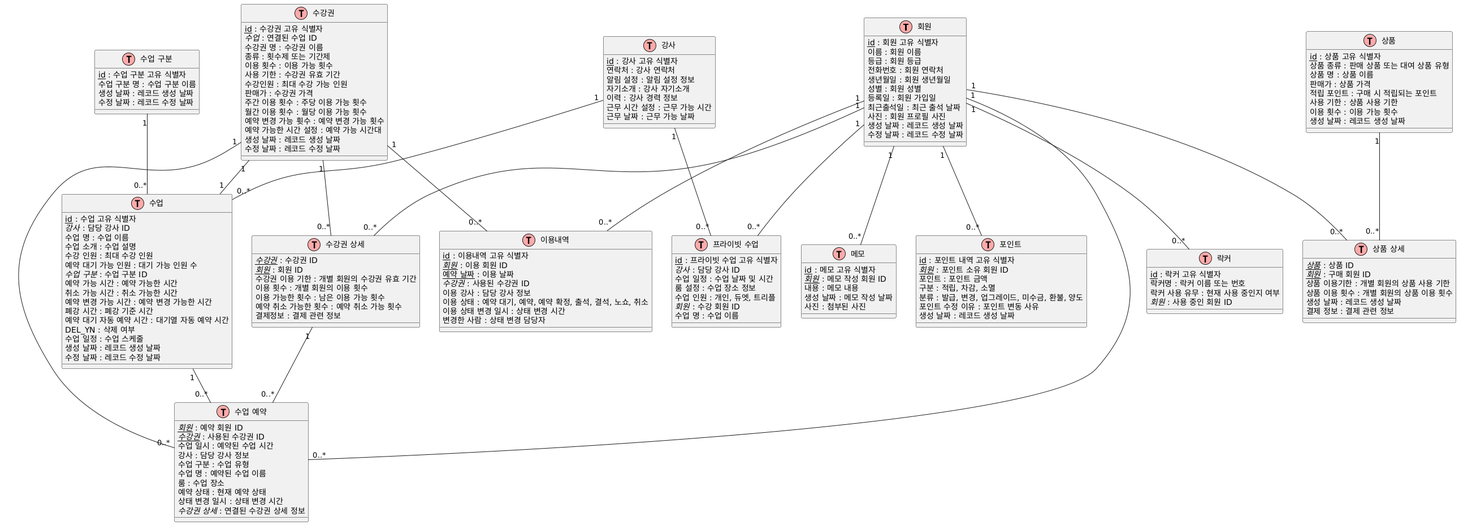
Above: src/resources/db/erd.png in bluekim98/finish-api (PlantUML), before the change. The source it was exported from:
```plantuml
@startuml
!define TABLE(name,desc) class name as "desc" << (T,#FFAAAA) >>
!define PK(x) <u>x</u>
!define FK(x) <i>x</i>

TABLE(회원, "회원") {
    PK(id) : 회원 고유 식별자
    이름 : 회원 이름
    등급 : 회원 등급
    전화번호 : 회원 연락처
    생년월일 : 회원 생년월일
    성별 : 회원 성별
    등록일 : 회원 가입일
    최근출석일 : 최근 출석 날짜
    사진 : 회원 프로필 사진
    생성 날짜 : 레코드 생성 날짜
    수정 날짜 : 레코드 수정 날짜
}

TABLE(강사, "강사") {
    PK(id) : 강사 고유 식별자
    연락처 : 강사 연락처
    알림 설정 : 알림 설정 정보
    자기소개 : 강사 자기소개
    이력 : 강사 경력 정보
    근무 시간 설정 : 근무 가능 시간
    근무 날짜 : 근무 가능 날짜
}

TABLE(수강권, "수강권") {
    PK(id) : 수강권 고유 식별자
    FK(수업) : 연결된 수업 ID
    수강권 명 : 수강권 이름
    종류 : 횟수제 또는 기간제
    이용 횟수 : 이용 가능 횟수
    사용 기한 : 수강권 유효 기간
    수강인원 : 최대 수강 가능 인원
    판매가 : 수강권 가격
    주간 이용 횟수 : 주당 이용 가능 횟수
    월간 이용 횟수 : 월당 이용 가능 횟수
    예약 변경 가능 휫수 : 예약 변경 가능 횟수
    예약 가능한 시간 설정 : 예약 가능 시간대
    생성 날짜 : 레코드 생성 날짜
    수정 날짜 : 레코드 수정 날짜
}

TABLE(수강권상세, "수강권 상세") {
    PK(FK(수강권)) : 수강권 ID
    PK(FK(회원)) : 회원 ID
    수강권 이용 기한 : 개별 회원의 수강권 유효 기간
    이용 횟수 : 개별 회원의 이용 횟수
    이용 가능한 횟수 : 남은 이용 가능 횟수
    예약 취소 가능한 횟수 : 예약 취소 가능 횟수
    결제정보 : 결제 관련 정보
}

TABLE(수업, "수업") {
    PK(id) : 수업 고유 식별자
    FK(강사) : 담당 강사 ID
    수업 명 : 수업 이름
    수업 소개 : 수업 설명
    수강 인원 : 최대 수강 인원
    예약 대기 가능 인원 : 대기 가능 인원 수
    FK(수업 구분) : 수업 구분 ID
    예약 가능 시간 : 예약 가능한 시간
    취소 가능 시간 : 취소 가능한 시간
    예약 변경 가능 시간 : 예약 변경 가능한 시간
    폐강 시간 : 폐강 기준 시간
    예약 대기 자동 예약 시간 : 대기열 자동 예약 시간
    DEL_YN : 삭제 여부
    수업 일정 : 수업 스케줄
    생성 날짜 : 레코드 생성 날짜
    수정 날짜 : 레코드 수정 날짜
}

TABLE(프라이빗수업, "프라이빗 수업") {
    PK(id) : 프라이빗 수업 고유 식별자
    FK(강사) : 담당 강사 ID
    수업 일정 : 수업 날짜 및 시간
    룸 설정 : 수업 장소 정보
    수업 인원 : 개인, 듀엣, 트리플
    FK(회원) : 수강 회원 ID
    수업 명 : 수업 이름
}

TABLE(수업예약, "수업 예약") {
    PK(FK(회원)) : 예약 회원 ID
    PK(FK(수강권)) : 사용된 수강권 ID
    수업 일시 : 예약된 수업 시간
    강사 : 담당 강사 정보
    수업 구분 : 수업 유형
    수업 명 : 예약된 수업 이름
    룸 : 수업 장소
    예약 상태 : 현재 예약 상태
    상태 변경 일시 : 상태 변경 시간
    FK(수강권 상세) : 연결된 수강권 상세 정보
}

TABLE(수업구분, "수업 구분") {
    PK(id) : 수업 구분 고유 식별자
    수업 구분 명 : 수업 구분 이름
    생성 날짜 : 레코드 생성 날짜
    수정 날짜 : 레코드 수정 날짜
}

TABLE(상품, "상품") {
    PK(id) : 상품 고유 식별자
    상품 종류 : 판매 상품 또는 대여 상품 유형
    상품 명 : 상품 이름
    판매가 : 상품 가격
    적립 포인트 : 구매 시 적립되는 포인트
    사용 기한 : 상품 사용 기한
    이용 횟수 : 이용 가능 횟수
    생성 날짜 : 레코드 생성 날짜
}

TABLE(상품상세, "상품 상세") {
    PK(FK(상품)) : 상품 ID
    PK(FK(회원)) : 구매 회원 ID
    상품 이용기한 : 개별 회원의 상품 사용 기한
    상품 이용 횟수 : 개별 회원의 상품 이용 횟수
    생성 날짜 : 레코드 생성 날짜
    결제 정보 : 결제 관련 정보
}

TABLE(락커, "락커") {
    PK(id) : 락커 고유 식별자
    락커명 : 락커 이름 또는 번호
    락커 사용 유무 : 현재 사용 중인지 여부
    FK(회원) : 사용 중인 회원 ID
}

TABLE(메모, "메모") {
    PK(id) : 메모 고유 식별자
    PK(FK(회원)) : 메모 작성 회원 ID
    내용 : 메모 내용
    생성 날짜 : 메모 작성 날짜
    사진 : 첨부된 사진
}

TABLE(이용내역, "이용내역") {
    PK(id) : 이용내역 고유 식별자
    PK(FK(회원)) : 이용 회원 ID
    PK(예약 날짜) : 이용 날짜
    FK(수강권) : 사용된 수강권 ID
    이용 강사 : 담당 강사 정보
    이용 상태 : 예약 대기, 예약, 예약 확정, 출석, 결석, 노쇼, 취소
    이용 상태 변경 일시 : 상태 변경 시간
    변경한 사람 : 상태 변경 담당자
}

TABLE(포인트, "포인트") {
    PK(id) : 포인트 내역 고유 식별자
    PK(FK(회원)) : 포인트 소유 회원 ID
    포인트 : 포인트 금액
    구분 : 적립, 차감, 소멸
    분류 : 발급, 변경, 업그레이드, 미수금, 환불, 양도
    포인트 수정 이유 : 포인트 변동 사유
    생성 날짜 : 레코드 생성 날짜
}

회원 "1" -- "0..*" 수강권상세
회원 "1" -- "0..*" 수업예약
회원 "1" -- "0..*" 프라이빗수업
회원 "1" -- "0..*" 락커
회원 "1" -- "0..*" 메모
회원 "1" -- "0..*" 이용내역
회원 "1" -- "0..*" 포인트
회원 "1" -- "0..*" 상품상세
강사 "1" -- "0..*" 수업
강사 "1" -- "0..*" 프라이빗수업
수강권 "1" -- "0..*" 수강권상세
수강권 "1" -- "0..*" 수업예약
수강권 "1" -- "1" 수업
수강권 "1" -- "0..*" 이용내역
수업 "1" -- "0..*" 수업예약
수업구분 "1" -- "0..*" 수업
수강권상세 "1" -- "0..*" 수업예약
상품 "1" -- "0..*" 상품상세
@enduml
```
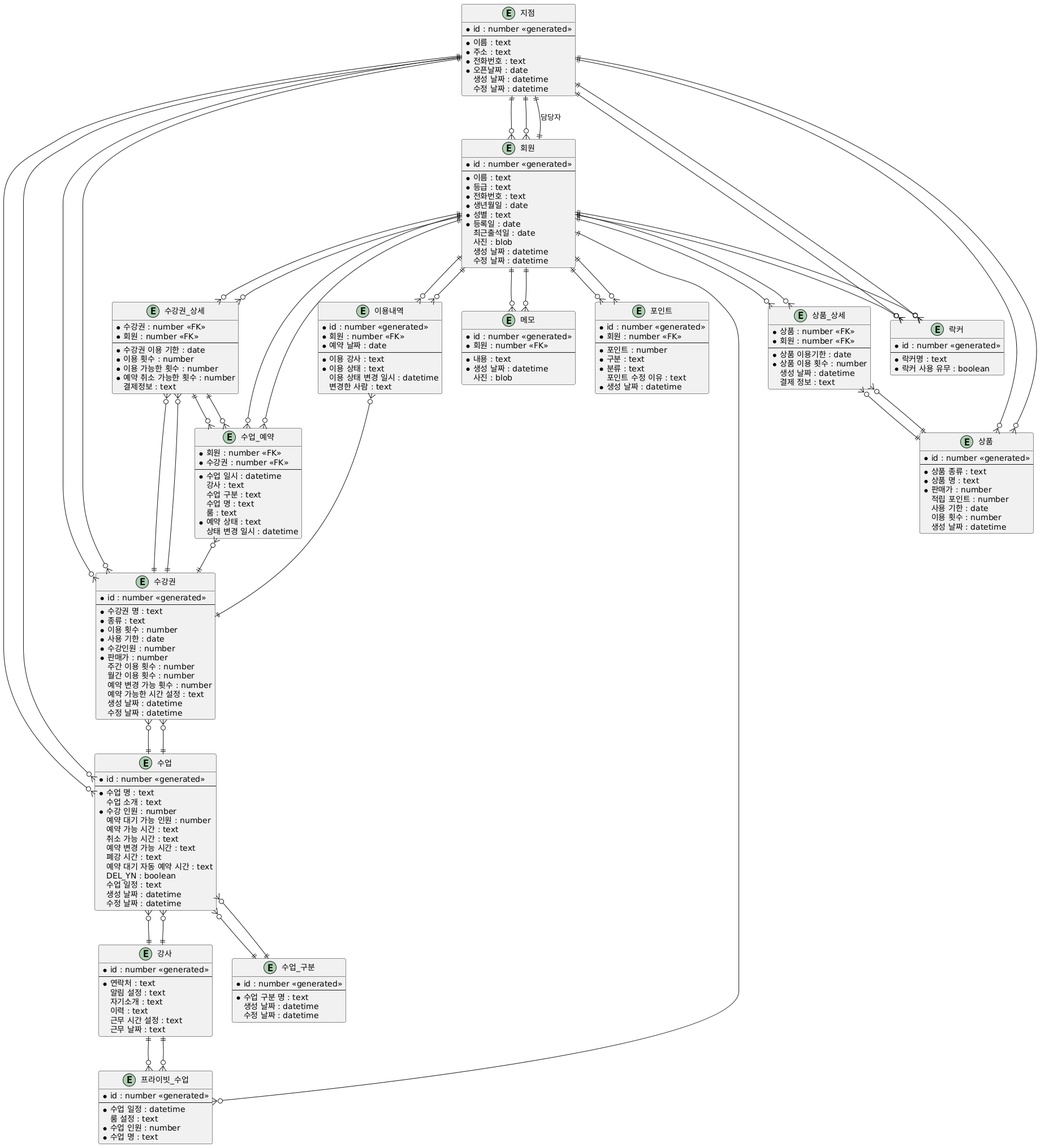
After the commit.

Commit message:
erd 업데이트 - 지점 table 추가

Diff of the diagram source:
```diff
@@ -1,180 +1,231 @@
 @startuml
-!define TABLE(name,desc) class name as "desc" << (T,#FFAAAA) >>
-!define PK(x) <u>x</u>
-!define FK(x) <i>x</i>
-
-TABLE(회원, "회원") {
-    PK(id) : 회원 고유 식별자
-    이름 : 회원 이름
-    등급 : 회원 등급
-    전화번호 : 회원 연락처
-    생년월일 : 회원 생년월일
-    성별 : 회원 성별
-    등록일 : 회원 가입일
-    최근출석일 : 최근 출석 날짜
-    사진 : 회원 프로필 사진
-    생성 날짜 : 레코드 생성 날짜
-    수정 날짜 : 레코드 수정 날짜
+entity 지점 {
+  * id : number <<generated>>
+  --
+  * 이름 : text
+  * 주소 : text
+  * 전화번호 : text
+  * 오픈날짜 : date
+  생성 날짜 : datetime
+  수정 날짜 : datetime
 }
 
-TABLE(강사, "강사") {
-    PK(id) : 강사 고유 식별자
-    연락처 : 강사 연락처
-    알림 설정 : 알림 설정 정보
-    자기소개 : 강사 자기소개
-    이력 : 강사 경력 정보
-    근무 시간 설정 : 근무 가능 시간
-    근무 날짜 : 근무 가능 날짜
+entity 회원 {
+  * id : number <<generated>>
+  --
+  * 이름 : text
+  * 등급 : text
+  * 전화번호 : text
+  * 생년월일 : date
+  * 성별 : text
+  * 등록일 : date
+  최근출석일 : date
+  사진 : blob
+  생성 날짜 : datetime
+  수정 날짜 : datetime
 }
 
-TABLE(수강권, "수강권") {
-    PK(id) : 수강권 고유 식별자
-    FK(수업) : 연결된 수업 ID
-    수강권 명 : 수강권 이름
-    종류 : 횟수제 또는 기간제
-    이용 횟수 : 이용 가능 횟수
-    사용 기한 : 수강권 유효 기간
-    수강인원 : 최대 수강 가능 인원
-    판매가 : 수강권 가격
-    주간 이용 횟수 : 주당 이용 가능 횟수
-    월간 이용 횟수 : 월당 이용 가능 횟수
-    예약 변경 가능 휫수 : 예약 변경 가능 횟수
-    예약 가능한 시간 설정 : 예약 가능 시간대
-    생성 날짜 : 레코드 생성 날짜
-    수정 날짜 : 레코드 수정 날짜
+entity 강사 {
+  * id : number <<generated>>
+  --
+  * 연락처 : text
+  알림 설정 : text
+  자기소개 : text
+  이력 : text
+  근무 시간 설정 : text
+  근무 날짜 : text
 }
 
-TABLE(수강권상세, "수강권 상세") {
-    PK(FK(수강권)) : 수강권 ID
-    PK(FK(회원)) : 회원 ID
-    수강권 이용 기한 : 개별 회원의 수강권 유효 기간
-    이용 횟수 : 개별 회원의 이용 횟수
-    이용 가능한 횟수 : 남은 이용 가능 횟수
-    예약 취소 가능한 횟수 : 예약 취소 가능 횟수
-    결제정보 : 결제 관련 정보
+entity 수강권 {
+  * id : number <<generated>>
+  --
+  * 수강권 명 : text
+  * 종류 : text
+  * 이용 횟수 : number
+  * 사용 기한 : date
+  * 수강인원 : number
+  * 판매가 : number
+  주간 이용 횟수 : number
+  월간 이용 횟수 : number
+  예약 변경 가능 휫수 : number
+  예약 가능한 시간 설정 : text
+  생성 날짜 : datetime
+  수정 날짜 : datetime
 }
 
-TABLE(수업, "수업") {
-    PK(id) : 수업 고유 식별자
-    FK(강사) : 담당 강사 ID
-    수업 명 : 수업 이름
-    수업 소개 : 수업 설명
-    수강 인원 : 최대 수강 인원
-    예약 대기 가능 인원 : 대기 가능 인원 수
-    FK(수업 구분) : 수업 구분 ID
-    예약 가능 시간 : 예약 가능한 시간
-    취소 가능 시간 : 취소 가능한 시간
-    예약 변경 가능 시간 : 예약 변경 가능한 시간
-    폐강 시간 : 폐강 기준 시간
-    예약 대기 자동 예약 시간 : 대기열 자동 예약 시간
-    DEL_YN : 삭제 여부
-    수업 일정 : 수업 스케줄
-    생성 날짜 : 레코드 생성 날짜
-    수정 날짜 : 레코드 수정 날짜
+entity 수강권_상세 {
+  * 수강권 : number <<FK>>
+  * 회원 : number <<FK>>
+  --
+  * 수강권 이용 기한 : date
+  * 이용 횟수 : number
+  * 이용 가능한 횟수 : number
+  * 예약 취소 가능한 횟수 : number
+  결제정보 : text
 }
 
-TABLE(프라이빗수업, "프라이빗 수업") {
-    PK(id) : 프라이빗 수업 고유 식별자
-    FK(강사) : 담당 강사 ID
-    수업 일정 : 수업 날짜 및 시간
-    룸 설정 : 수업 장소 정보
-    수업 인원 : 개인, 듀엣, 트리플
-    FK(회원) : 수강 회원 ID
-    수업 명 : 수업 이름
+entity 수업 {
+  * id : number <<generated>>
+  --
+  * 수업 명 : text
+  수업 소개 : text
+  * 수강 인원 : number
+  예약 대기 가능 인원 : number
+  예약 가능 시간 : text
+  취소 가능 시간 : text
+  예약 변경 가능 시간 : text
+  폐강 시간 : text
+  예약 대기 자동 예약 시간 : text
+  DEL_YN : boolean
+  수업 일정 : text
+  생성 날짜 : datetime
+  수정 날짜 : datetime
 }
 
-TABLE(수업예약, "수업 예약") {
-    PK(FK(회원)) : 예약 회원 ID
-    PK(FK(수강권)) : 사용된 수강권 ID
-    수업 일시 : 예약된 수업 시간
-    강사 : 담당 강사 정보
-    수업 구분 : 수업 유형
-    수업 명 : 예약된 수업 이름
-    룸 : 수업 장소
-    예약 상태 : 현재 예약 상태
-    상태 변경 일시 : 상태 변경 시간
-    FK(수강권 상세) : 연결된 수강권 상세 정보
+entity 프라이빗_수업 {
+  * id : number <<generated>>
+  --
+  * 수업 일정 : datetime
+  룸 설정 : text
+  * 수업 인원 : number
+  * 수업 명 : text
 }
 
-TABLE(수업구분, "수업 구분") {
-    PK(id) : 수업 구분 고유 식별자
-    수업 구분 명 : 수업 구분 이름
-    생성 날짜 : 레코드 생성 날짜
-    수정 날짜 : 레코드 수정 날짜
+entity 수업_예약 {
+  * 회원 : number <<FK>>
+  * 수강권 : number <<FK>>
+  --
+  * 수업 일시 : datetime
+  강사 : text
+  수업 구분 : text
+  수업 명 : text
+  룸 : text
+  * 예약 상태 : text
+  상태 변경 일시 : datetime
 }
 
-TABLE(상품, "상품") {
-    PK(id) : 상품 고유 식별자
-    상품 종류 : 판매 상품 또는 대여 상품 유형
-    상품 명 : 상품 이름
-    판매가 : 상품 가격
-    적립 포인트 : 구매 시 적립되는 포인트
-    사용 기한 : 상품 사용 기한
-    이용 횟수 : 이용 가능 횟수
-    생성 날짜 : 레코드 생성 날짜
+entity 수업_구분 {
+  * id : number <<generated>>
+  --
+  * 수업 구분 명 : text
+  생성 날짜 : datetime
+  수정 날짜 : datetime
 }
 
-TABLE(상품상세, "상품 상세") {
-    PK(FK(상품)) : 상품 ID
-    PK(FK(회원)) : 구매 회원 ID
-    상품 이용기한 : 개별 회원의 상품 사용 기한
-    상품 이용 횟수 : 개별 회원의 상품 이용 횟수
-    생성 날짜 : 레코드 생성 날짜
-    결제 정보 : 결제 관련 정보
+entity 상품 {
+  * id : number <<generated>>
+  --
+  * 상품 종류 : text
+  * 상품 명 : text
+  * 판매가 : number
+  적립 포인트 : number
+  사용 기한 : date
+  이용 횟수 : number
+  생성 날짜 : datetime
 }
 
-TABLE(락커, "락커") {
-    PK(id) : 락커 고유 식별자
-    락커명 : 락커 이름 또는 번호
-    락커 사용 유무 : 현재 사용 중인지 여부
-    FK(회원) : 사용 중인 회원 ID
+entity 상품_상세 {
+  * 상품 : number <<FK>>
+  * 회원 : number <<FK>>
+  --
+  * 상품 이용기한 : date
+  * 상품 이용 횟수 : number
+  생성 날짜 : datetime
+  결제 정보 : text
 }
 
-TABLE(메모, "메모") {
-    PK(id) : 메모 고유 식별자
-    PK(FK(회원)) : 메모 작성 회원 ID
-    내용 : 메모 내용
-    생성 날짜 : 메모 작성 날짜
-    사진 : 첨부된 사진
+entity 락커 {
+  * id : number <<generated>>
+  --
+  * 락커명 : text
+  * 락커 사용 유무 : boolean
 }
 
-TABLE(이용내역, "이용내역") {
-    PK(id) : 이용내역 고유 식별자
-    PK(FK(회원)) : 이용 회원 ID
-    PK(예약 날짜) : 이용 날짜
-    FK(수강권) : 사용된 수강권 ID
-    이용 강사 : 담당 강사 정보
-    이용 상태 : 예약 대기, 예약, 예약 확정, 출석, 결석, 노쇼, 취소
-    이용 상태 변경 일시 : 상태 변경 시간
-    변경한 사람 : 상태 변경 담당자
+entity 메모 {
+  * id : number <<generated>>
+  * 회원 : number <<FK>>
+  --
+  * 내용 : text
+  * 생성 날짜 : datetime
+  사진 : blob
 }
 
-TABLE(포인트, "포인트") {
-    PK(id) : 포인트 내역 고유 식별자
-    PK(FK(회원)) : 포인트 소유 회원 ID
-    포인트 : 포인트 금액
-    구분 : 적립, 차감, 소멸
-    분류 : 발급, 변경, 업그레이드, 미수금, 환불, 양도
-    포인트 수정 이유 : 포인트 변동 사유
-    생성 날짜 : 레코드 생성 날짜
+entity 이용내역 {
+  * id : number <<generated>>
+  * 회원 : number <<FK>>
+  * 예약 날짜 : date
+  --
+  * 이용 강사 : text
+  * 이용 상태 : text
+  이용 상태 변경 일시 : datetime
+  변경한 사람 : text
 }
 
-회원 "1" -- "0..*" 수강권상세
-회원 "1" -- "0..*" 수업예약
-회원 "1" -- "0..*" 프라이빗수업
-회원 "1" -- "0..*" 락커
-회원 "1" -- "0..*" 메모
-회원 "1" -- "0..*" 이용내역
-회원 "1" -- "0..*" 포인트
-회원 "1" -- "0..*" 상품상세
-강사 "1" -- "0..*" 수업
-강사 "1" -- "0..*" 프라이빗수업
-수강권 "1" -- "0..*" 수강권상세
-수강권 "1" -- "0..*" 수업예약
-수강권 "1" -- "1" 수업
-수강권 "1" -- "0..*" 이용내역
-수업 "1" -- "0..*" 수업예약
-수업구분 "1" -- "0..*" 수업
-수강권상세 "1" -- "0..*" 수업예약
-상품 "1" -- "0..*" 상품상세
+entity 포인트 {
+  * id : number <<generated>>
+  * 회원 : number <<FK>>
+  --
+  * 포인트 : number
+  * 구분 : text
+  * 분류 : text
+  포인트 수정 이유 : text
+  * 생성 날짜 : datetime
+}
+
+지점 ||--o{ 회원
+지점 ||--o{ 수강권
+지점 ||--o{ 수업
+지점 ||--o{ 상품
+지점 ||--o{ 락커
+지점 ||--|| 회원 : 담당자
+
+회원 }o--|| 지점
+회원 ||--o{ 수강권_상세
+회원 ||--o{ 수업_예약
+회원 ||--o{ 상품_상세
+회원 ||--o{ 락커
+회원 ||--o{ 메모
+회원 ||--o{ 이용내역
+회원 ||--o{ 포인트
+
+강사 ||--o{ 수업
+강사 ||--o{ 프라이빗_수업
+
+수강권 }o--|| 지점
+수강권 }o--|| 수업
+수강권 ||--o{ 수강권_상세
+
+수강권_상세 }o--|| 수강권
+수강권_상세 }o--|| 회원
+수강권_상세 ||--o{ 수업_예약
+
+수업 }o--|| 강사
+수업 }o--|| 지점
+수업 }o--|| 수업_구분
+수업 ||--o{ 수강권
+
+프라이빗_수업 }o--|| 강사
+프라이빗_수업 }o--|| 회원
+
+수업_예약 }o--|| 회원
+수업_예약 }o--|| 수강권
+수업_예약 }o--|| 수강권_상세
+
+수업_구분 ||--o{ 수업
+
+상품 }o--|| 지점
+상품 ||--o{ 상품_상세
+
+상품_상세 }o--|| 상품
+상품_상세 }o--|| 회원
+
+락커 }o--|| 지점
+락커 }o--|| 회원
+
+메모 }o--|| 회원
+
+이용내역 }o--|| 회원
+이용내역 }o--|| 수강권
+
+포인트 }o--|| 회원
 @enduml
```
